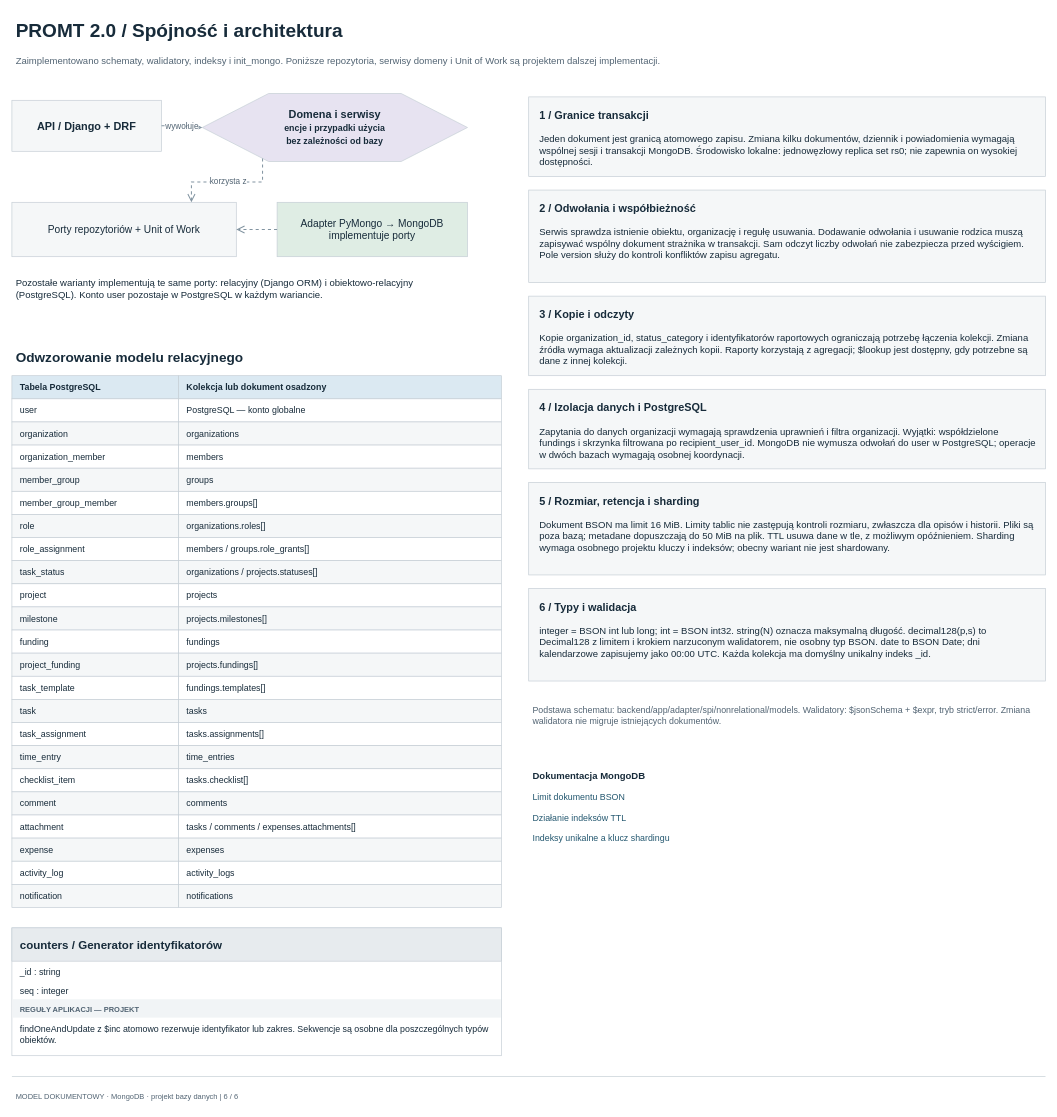
Before: page "6. Spójność i architektura" (6 of 6) of docs/schemat/warianty/nosql-mongodb-2.0.drawio in MarekTurkowicz/PROMPT-v2, a draw.io diagram. Source tidied: cells renumbered, new cells numbered last; positions are measured from the earlier drawing's top-left corner, leaving out a move shared by most shapes. Both pictures are drawn from the tidied source at 68%, with x=0, y=0 at pixel (12, 12).
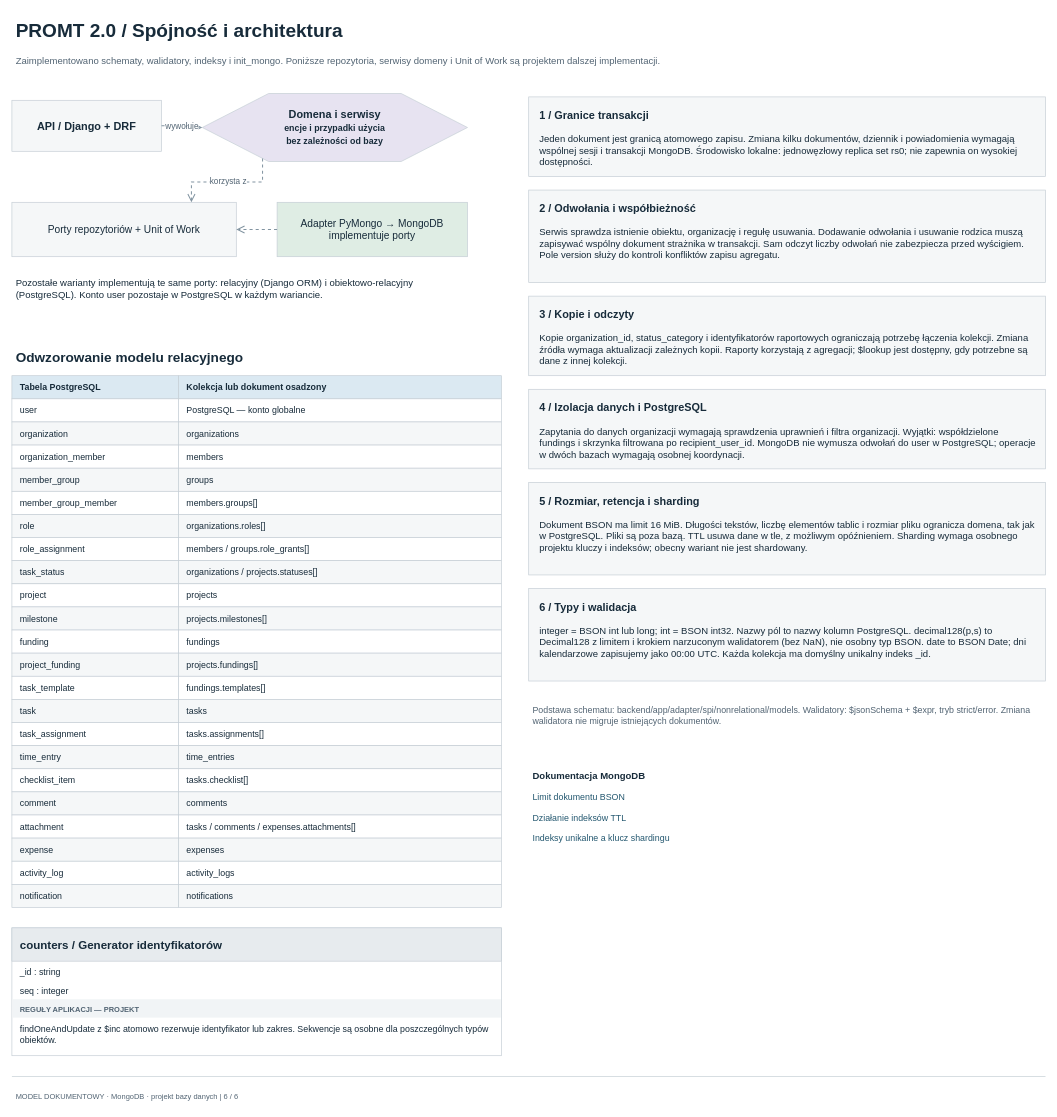
After the change.

What changed in the source:
```diff
@@
-    <mxCell id="26" value="Dokument BSON ma limit 16 MiB. Limity tablic nie zastępują kontroli rozmiaru, zwłaszcza dla opisów i historii. Pliki są poza bazą; metadane dopuszczają do 50 MiB na plik. TTL usuwa dane w tle, z możliwym opóźnieniem. Sharding wymaga osobnego projektu kluczy i indeksów; obecny wariant nie jest shardowany." style="html=1;whiteSpace=wrap;rounded=0;shadow=0;fontFamily=Arial;fontColor=#172B3A;fontSize=13;text;strokeColor=none;fillColor=none;align=left;verticalAlign=top;spacing=6;fontSize=14;fontColor=#172B3A;fontStyle=0;" parent="1" vertex="1">
+    <mxCell id="26" value="Dokument BSON ma limit 16 MiB. Długości tekstów, liczbę elementów tablic i rozmiar pliku ogranicza domena, tak jak w PostgreSQL. Pliki są poza bazą. TTL usuwa dane w tle, z możliwym opóźnieniem. Sharding wymaga osobnego projektu kluczy i indeksów; obecny wariant nie jest shardowany." style="html=1;whiteSpace=wrap;rounded=0;shadow=0;fontFamily=Arial;fontColor=#172B3A;fontSize=13;text;strokeColor=none;fillColor=none;align=left;verticalAlign=top;spacing=6;fontSize=14;fontColor=#172B3A;fontStyle=0;" parent="1" vertex="1">
       <mxGeometry x="770" y="735" width="740" height="88" as="geometry" />
     </mxCell>
@@
-    <mxCell id="29" value="integer = BSON int lub long; int = BSON int32. string(N) oznacza maksymalną długość. decimal128(p,s) to Decimal128 z limitem i krokiem narzuconym walidatorem, nie osobny typ BSON. date to BSON Date; dni kalendarzowe zapisujemy jako 00:00 UTC. Każda kolekcja ma domyślny unikalny indeks _id." style="html=1;whiteSpace=wrap;rounded=0;shadow=0;fontFamily=Arial;fontColor=#172B3A;fontSize=13;text;strokeColor=none;fillColor=none;align=left;verticalAlign=top;spacing=6;fontSize=14;fontColor=#172B3A;fontStyle=0;" parent="1" vertex="1">
+    <mxCell id="29" value="integer = BSON int lub long; int = BSON int32. Nazwy pól to nazwy kolumn PostgreSQL. decimal128(p,s) to Decimal128 z limitem i krokiem narzuconym walidatorem (bez NaN), nie osobny typ BSON. date to BSON Date; dni kalendarzowe zapisujemy jako 00:00 UTC. Każda kolekcja ma domyślny unikalny indeks _id." style="html=1;whiteSpace=wrap;rounded=0;shadow=0;fontFamily=Arial;fontColor=#172B3A;fontSize=13;text;strokeColor=none;fillColor=none;align=left;verticalAlign=top;spacing=6;fontSize=14;fontColor=#172B3A;fontStyle=0;" parent="1" vertex="1">
       <mxGeometry x="770" y="891" width="740" height="88" as="geometry" />
     </mxCell>
```
